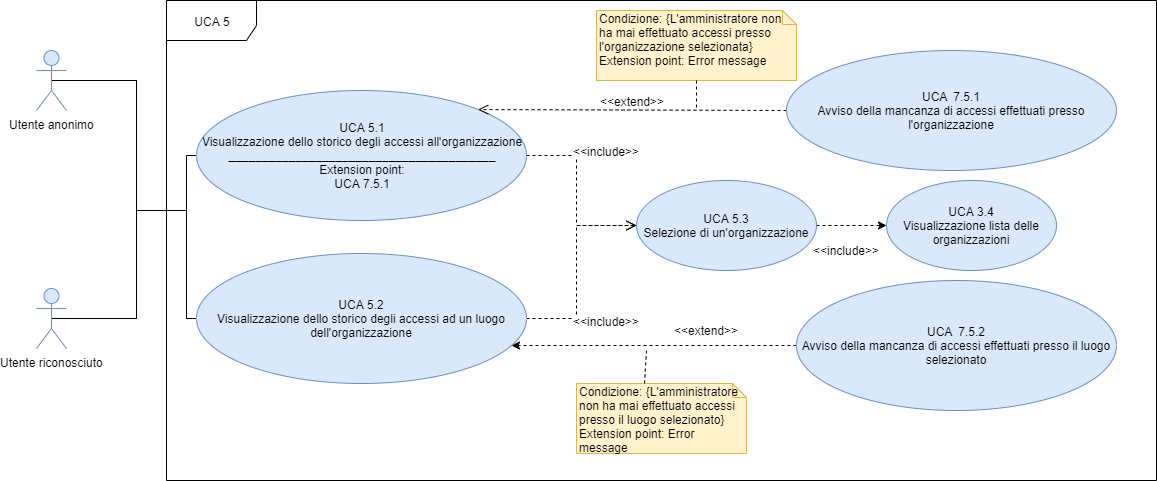
Before: DocumentazioneEsterna/AnalisiRequisiti/sezioni/UseCase/Immagini/UCA5.png, a diagram exported from draw.io (qb-team/Stalker-Documentazione). Source tidied: cells renumbered, new cells last; positions are measured from the earlier drawing's top-left corner, leaving out a move shared by most shapes.
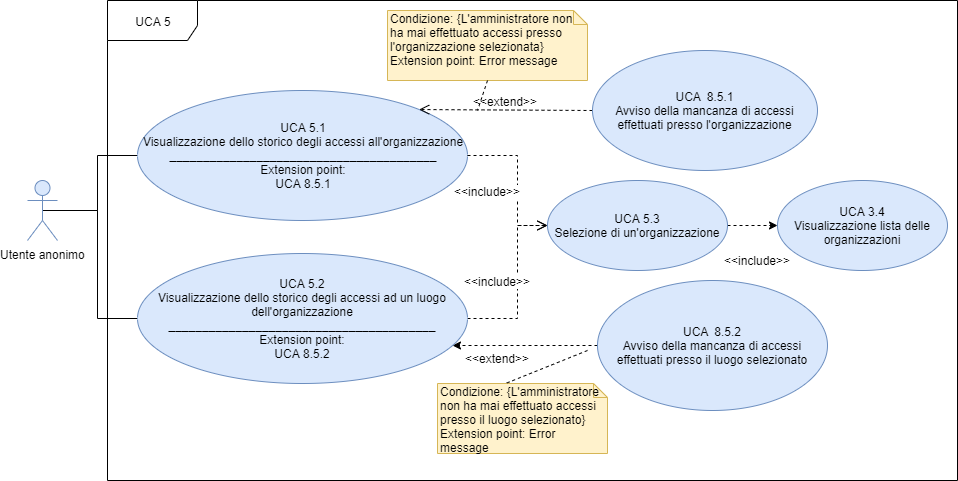
Later version of the same file.

Change to the diagram source:
```diff
@@ -3,61 +3,34 @@
     <mxCell id="0" />
     <mxCell id="1" parent="0" />
     <mxCell id="2" value="UCA 5" style="shape=umlFrame;whiteSpace=wrap;html=1;fontFamily=Helvetica;fontSize=12;width=90;height=40;" parent="1" vertex="1">
-      <mxGeometry x="130" width="990" height="480" as="geometry" />
+      <mxGeometry x="130" width="850" height="480" as="geometry" />
     </mxCell>
-    <mxCell id="3" style="edgeStyle=orthogonalEdgeStyle;rounded=0;jettySize=auto;html=1;endArrow=none;endFill=0;fontFamily=Helvetica;fontSize=12;exitX=0.5;exitY=0.5;exitDx=0;exitDy=0;exitPerimeter=0;" parent="1" edge="1" source="5">
-      <mxGeometry relative="1" as="geometry">
-        <mxPoint x="100" y="190" as="targetPoint" />
-      </mxGeometry>
-    </mxCell>
-    <mxCell id="4" style="edgeStyle=orthogonalEdgeStyle;rounded=0;jettySize=auto;html=1;entryX=0;entryY=0.5;entryDx=0;entryDy=0;endArrow=none;endFill=0;" parent="1" edge="1" source="5" target="21">
-      <mxGeometry relative="1" as="geometry">
-        <Array as="points">
-          <mxPoint x="100" y="318" />
-          <mxPoint x="100" y="210" />
-          <mxPoint x="150" y="210" />
-          <mxPoint x="150" y="318" />
-        </Array>
-      </mxGeometry>
-    </mxCell>
-    <mxCell id="5" value="Utente riconosciuto" style="shape=umlActor;verticalLabelPosition=bottom;labelBackgroundColor=#ffffff;verticalAlign=top;html=1;fillColor=#dae8fc;strokeColor=#6c8ebf;fontFamily=Helvetica;fontSize=12;" parent="1" vertex="1">
-      <mxGeometry y="288" width="30" height="60" as="geometry" />
-    </mxCell>
     <mxCell id="6" style="edgeStyle=orthogonalEdgeStyle;rounded=0;jettySize=auto;html=1;entryX=0;entryY=0.5;entryDx=0;entryDy=0;endArrow=classic;endFill=1;dashed=1;" parent="1" edge="1" source="7" target="24">
       <mxGeometry relative="1" as="geometry" />
     </mxCell>
     <mxCell id="7" value="&lt;font style=&quot;font-size: 12px&quot;&gt;UCA 5.3&lt;br&gt;Selezione di un'organizzazione&lt;br&gt;&lt;/font&gt;" style="ellipse;whiteSpace=wrap;html=1;fillColor=#dae8fc;strokeColor=#6c8ebf;fontFamily=Helvetica;fontSize=12;" parent="1" vertex="1">
-      <mxGeometry x="600" y="180" width="180" height="90" as="geometry" />
+      <mxGeometry x="570" y="180" width="180" height="90" as="geometry" />
     </mxCell>
     <mxCell id="8" style="edgeStyle=orthogonalEdgeStyle;rounded=0;jettySize=auto;html=1;entryX=0.954;entryY=0.706;entryDx=0;entryDy=0;entryPerimeter=0;dashed=1;" parent="1" edge="1" source="9" target="21">
       <mxGeometry relative="1" as="geometry" />
     </mxCell>
-    <mxCell id="9" value="&lt;font style=&quot;font-size: 12px&quot;&gt;UCA&amp;nbsp; 7.5.2&lt;br&gt;Avviso della mancanza di accessi effettuati presso il luogo selezionato&lt;br&gt;&lt;/font&gt;" style="ellipse;whiteSpace=wrap;html=1;fillColor=#dae8fc;strokeColor=#6c8ebf;fontFamily=Helvetica;fontSize=12;" parent="1" vertex="1">
-      <mxGeometry x="760" y="280" width="320" height="130" as="geometry" />
+    <mxCell id="9" value="&lt;font style=&quot;font-size: 12px&quot;&gt;UCA&amp;nbsp; 8.5.2&lt;br&gt;Avviso della mancanza di accessi effettuati presso il luogo selezionato&lt;br&gt;&lt;/font&gt;" style="ellipse;whiteSpace=wrap;html=1;fillColor=#dae8fc;strokeColor=#6c8ebf;fontFamily=Helvetica;fontSize=12;" parent="1" vertex="1">
+      <mxGeometry x="620" y="280" width="230" height="130" as="geometry" />
     </mxCell>
-    <mxCell id="10" style="edgeStyle=orthogonalEdgeStyle;rounded=0;jettySize=auto;html=1;endArrow=none;endFill=0;fontFamily=Helvetica;fontSize=12;exitX=0.5;exitY=0.5;exitDx=0;exitDy=0;exitPerimeter=0;" parent="1" edge="1" source="12">
-      <mxGeometry relative="1" as="geometry">
-        <mxPoint x="100" y="200" as="targetPoint" />
-      </mxGeometry>
-    </mxCell>
-    <mxCell id="11" style="edgeStyle=orthogonalEdgeStyle;rounded=0;jettySize=auto;html=1;entryX=0;entryY=0.5;entryDx=0;entryDy=0;endArrow=none;endFill=0;fontFamily=Helvetica;fontSize=12;" parent="1" edge="1" source="12" target="13">
-      <mxGeometry relative="1" as="geometry">
-        <Array as="points">
-          <mxPoint x="100" y="80" />
-          <mxPoint x="100" y="210" />
-          <mxPoint x="150" y="210" />
-          <mxPoint x="150" y="155" />
-        </Array>
-      </mxGeometry>
+    <mxCell id="11" style="edgeStyle=orthogonalEdgeStyle;rounded=0;jettySize=auto;html=1;entryX=0;entryY=0.5;entryDx=0;entryDy=0;endArrow=none;endFill=0;" parent="1" edge="1" source="12" target="13">
+      <mxGeometry relative="1" as="geometry" />
     </mxCell>
+    <mxCell id="26" style="edgeStyle=orthogonalEdgeStyle;rounded=0;jettySize=auto;html=1;entryX=0;entryY=0.5;entryDx=0;entryDy=0;endArrow=none;endFill=0;exitX=0.5;exitY=0.5;exitDx=0;exitDy=0;exitPerimeter=0;" parent="1" edge="1" source="12" target="21">
+      <mxGeometry relative="1" as="geometry" />
+    </mxCell>
     <mxCell id="12" value="Utente anonimo" style="shape=umlActor;verticalLabelPosition=bottom;labelBackgroundColor=#ffffff;verticalAlign=top;html=1;fillColor=#dae8fc;strokeColor=#6c8ebf;fontFamily=Helvetica;fontSize=12;" parent="1" vertex="1">
-      <mxGeometry y="50" width="30" height="60" as="geometry" />
+      <mxGeometry x="50" y="180" width="30" height="60" as="geometry" />
     </mxCell>
-    <mxCell id="13" value="&lt;font style=&quot;font-size: 12px&quot;&gt;UCA 5.1&lt;br&gt;Visualizzazione dello storico degli accessi all'organizzazione&lt;br&gt;&lt;b&gt;________________________________________&lt;br&gt;&lt;/b&gt;Extension point:&lt;br&gt;UCA 7.5.1&lt;br&gt;&lt;/font&gt;" style="ellipse;whiteSpace=wrap;html=1;fillColor=#dae8fc;strokeColor=#6c8ebf;fontFamily=Helvetica;fontSize=12;" parent="1" vertex="1">
+    <mxCell id="13" value="&lt;font style=&quot;font-size: 12px&quot;&gt;UCA 5.1&lt;br&gt;Visualizzazione dello storico degli accessi all'organizzazione&lt;br&gt;&lt;b&gt;________________________________________&lt;br&gt;&lt;/b&gt;Extension point:&lt;br&gt;UCA 8.5.1&lt;br&gt;&lt;/font&gt;" style="ellipse;whiteSpace=wrap;html=1;fillColor=#dae8fc;strokeColor=#6c8ebf;fontFamily=Helvetica;fontSize=12;" parent="1" vertex="1">
       <mxGeometry x="160" y="90" width="330" height="130" as="geometry" />
     </mxCell>
     <mxCell id="14" value="&amp;lt;&amp;lt;include&amp;gt;&amp;gt;" style="html=1;verticalAlign=bottom;endArrow=open;dashed=1;endSize=8;fontFamily=Helvetica;fontSize=12;entryX=0;entryY=0.5;entryDx=0;entryDy=0;exitX=1;exitY=0.5;exitDx=0;exitDy=0;rounded=0;" parent="1" edge="1" source="13" target="7">
-      <mxGeometry x="-0.39" y="30" relative="1" as="geometry">
+      <mxGeometry x="0.27" y="-30" relative="1" as="geometry">
         <Array as="points">
           <mxPoint x="540" y="155" />
           <mxPoint x="540" y="225" />
@@ -65,36 +38,35 @@
       </mxGeometry>
     </mxCell>
     <mxCell id="15" value="&amp;lt;&amp;lt;include&amp;gt;&amp;gt;" style="html=1;verticalAlign=bottom;endArrow=open;dashed=1;endSize=8;fontFamily=Helvetica;fontSize=12;entryX=0;entryY=0.5;entryDx=0;entryDy=0;exitX=1;exitY=0.5;exitDx=0;exitDy=0;rounded=0;" parent="1" edge="1" source="21" target="7">
-      <mxGeometry x="-0.51" y="-32" relative="1" as="geometry">
+      <mxGeometry x="-0.1" y="20" relative="1" as="geometry">
         <Array as="points">
           <mxPoint x="540" y="318" />
           <mxPoint x="540" y="225" />
         </Array>
-        <mxPoint x="-2" y="12" as="offset" />
       </mxGeometry>
     </mxCell>
     <mxCell id="16" value="&amp;lt;&amp;lt;extend&amp;gt;&amp;gt;" style="html=1;verticalAlign=bottom;endArrow=open;dashed=1;endSize=8;fontFamily=Helvetica;fontSize=12;entryX=1;entryY=0;entryDx=0;entryDy=0;exitX=0;exitY=0.5;exitDx=0;exitDy=0;" parent="1" edge="1" source="17" target="13">
       <mxGeometry relative="1" as="geometry" />
     </mxCell>
-    <mxCell id="17" value="&lt;font style=&quot;font-size: 12px&quot;&gt;UCA&amp;nbsp; 7.5.1&lt;br&gt;Avviso della mancanza di accessi effettuati presso l'organizzazione&lt;br&gt;&lt;/font&gt;" style="ellipse;whiteSpace=wrap;html=1;fillColor=#dae8fc;strokeColor=#6c8ebf;fontFamily=Helvetica;fontSize=12;" parent="1" vertex="1">
-      <mxGeometry x="750" y="50" width="330" height="120" as="geometry" />
+    <mxCell id="17" value="&lt;font style=&quot;font-size: 12px&quot;&gt;UCA&amp;nbsp; 8.5.1&lt;br&gt;Avviso della mancanza di accessi effettuati presso l'organizzazione&lt;br&gt;&lt;/font&gt;" style="ellipse;whiteSpace=wrap;html=1;fillColor=#dae8fc;strokeColor=#6c8ebf;fontFamily=Helvetica;fontSize=12;" parent="1" vertex="1">
+      <mxGeometry x="615" y="50" width="225" height="120" as="geometry" />
     </mxCell>
     <mxCell id="18" value="Condizione: {L'amministratore non ha mai effettuato accessi presso l'organizzazione selezionata}&lt;br&gt;Extension point: Error message" style="shape=note;whiteSpace=wrap;html=1;size=14;verticalAlign=top;align=left;spacingTop=-6;fontFamily=Helvetica;fontSize=12;fillColor=#fff2cc;strokeColor=#d6b656;" parent="1" vertex="1">
-      <mxGeometry x="560" y="10" width="200" height="70" as="geometry" />
+      <mxGeometry x="410" y="10" width="200" height="70" as="geometry" />
     </mxCell>
     <mxCell id="19" value="Condizione: {L'amministratore non ha mai effettuato accessi presso il luogo selezionato}&lt;br&gt;Extension point: Error message" style="shape=note;whiteSpace=wrap;html=1;size=14;verticalAlign=top;align=left;spacingTop=-6;fontFamily=Helvetica;fontSize=12;fillColor=#fff2cc;strokeColor=#d6b656;" parent="1" vertex="1">
-      <mxGeometry x="540" y="383" width="170" height="70" as="geometry" />
+      <mxGeometry x="460" y="383" width="170" height="70" as="geometry" />
     </mxCell>
     <mxCell id="20" style="endArrow=none;dashed=1;html=1;fontFamily=Helvetica;fontSize=12;exitX=0.5;exitY=1;exitDx=0;exitDy=0;exitPerimeter=0;" parent="1" edge="1" source="18">
       <mxGeometry relative="1" as="geometry">
-        <mxPoint x="660" y="110" as="targetPoint" />
+        <mxPoint x="500" y="110" as="targetPoint" />
       </mxGeometry>
     </mxCell>
-    <mxCell id="21" value="&lt;font style=&quot;font-size: 12px&quot;&gt;UCA 5.2&lt;br&gt;Visualizzazione dello storico degli accessi ad un luogo dell'organizzazione&lt;/font&gt;" style="ellipse;whiteSpace=wrap;html=1;fillColor=#dae8fc;strokeColor=#6c8ebf;fontFamily=Helvetica;fontSize=12;" parent="1" vertex="1">
+    <mxCell id="21" value="&lt;font style=&quot;font-size: 12px&quot;&gt;UCA 5.2&lt;br&gt;Visualizzazione dello storico degli accessi ad un luogo dell'organizzazione&lt;br&gt;&lt;b&gt;________________________________________&lt;br&gt;&lt;/b&gt;Extension point:&lt;br&gt;UCA 8.5.2&lt;br&gt;&lt;/font&gt;" style="ellipse;whiteSpace=wrap;html=1;fillColor=#dae8fc;strokeColor=#6c8ebf;fontFamily=Helvetica;fontSize=12;" parent="1" vertex="1">
       <mxGeometry x="160" y="253" width="330" height="130" as="geometry" />
     </mxCell>
     <mxCell id="22" value="&lt;span style=&quot;background-color: rgb(255 , 255 , 255)&quot;&gt;&amp;lt;&amp;lt;extend&amp;gt;&amp;gt;&lt;/span&gt;" style="text;html=1;align=center;verticalAlign=middle;" parent="1" vertex="1">
-      <mxGeometry x="630" y="320" width="80" height="20" as="geometry" />
+      <mxGeometry x="480" y="348" width="80" height="20" as="geometry" />
     </mxCell>
     <mxCell id="23" style="endArrow=none;dashed=1;html=1;fontFamily=Helvetica;fontSize=12;entryX=0;entryY=0;entryDx=68;entryDy=0;entryPerimeter=0;" parent="1" edge="1" target="19">
       <mxGeometry relative="1" as="geometry">
@@ -102,10 +74,10 @@
       </mxGeometry>
     </mxCell>
     <mxCell id="24" value="&lt;font style=&quot;font-size: 12px&quot;&gt;UCA 3.4&lt;br&gt;Visualizzazione lista delle organizzazioni&lt;br&gt;&lt;/font&gt;" style="ellipse;whiteSpace=wrap;html=1;fillColor=#dae8fc;strokeColor=#6c8ebf;fontFamily=Helvetica;fontSize=12;" parent="1" vertex="1">
-      <mxGeometry x="850" y="180" width="170" height="90" as="geometry" />
+      <mxGeometry x="800" y="180" width="170" height="90" as="geometry" />
     </mxCell>
     <mxCell id="25" value="&lt;span style=&quot;background-color: rgb(255 , 255 , 255)&quot;&gt;&amp;lt;&amp;lt;include&amp;gt;&amp;gt;&lt;/span&gt;" style="text;html=1;align=center;verticalAlign=middle;" parent="1" vertex="1">
-      <mxGeometry x="770" y="240" width="80" height="20" as="geometry" />
+      <mxGeometry x="740" y="250" width="80" height="20" as="geometry" />
     </mxCell>
   </root>
 </mxGraphModel>
```
